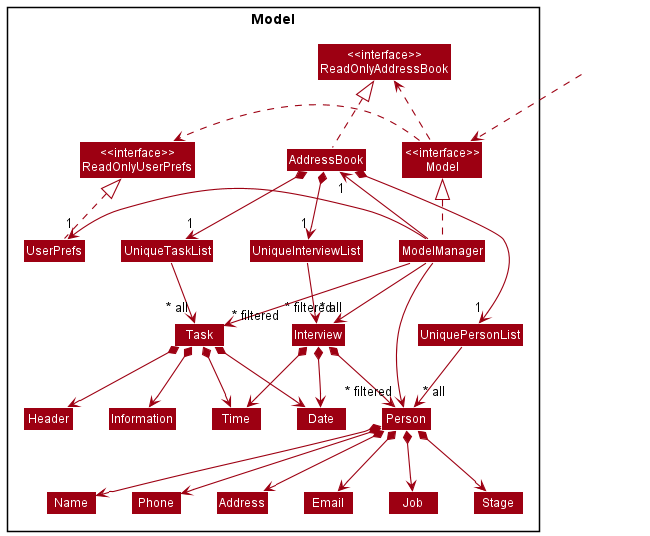
Above: docs/images/ModelClassDiagram.png in rcjj98/tp (PlantUML), before the change.
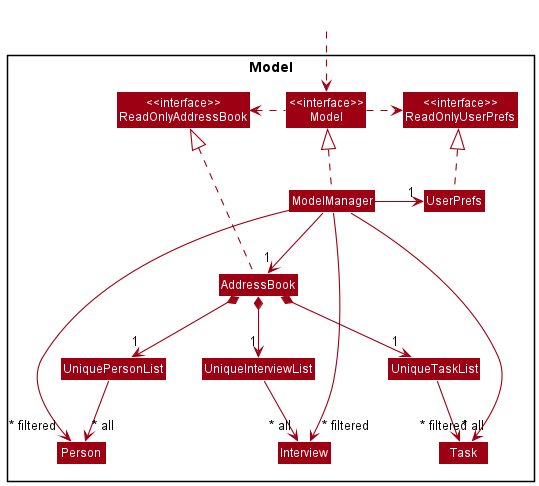
The same file after the commit.

Commit message:
Update model diagrams

The edit, as a diff of the source:
```diff
@@ -14,25 +14,12 @@
 
 Class UniquePersonList
 Class Person
-Class Address
-Class Email
-Class Name
-Class Phone
-Class Job
-Class Stage
 
 Class UniqueInterviewList
 Class Interview
-Class Person
-Class Date
-Class Time
 
 Class UniqueTaskList
 Class Task
-Class Header
-Class Date
-Class Time
-Class Information
 }
 
 Class HiddenOutside #FFFFFF
@@ -43,7 +30,7 @@
 ModelManager .up.|> Model
 Model .right.> ReadOnlyUserPrefs
 Model .left.> ReadOnlyAddressBook
-ModelManager -left-> "1" AddressBook
+ModelManager --> "1" AddressBook
 ModelManager -right-> "1" UserPrefs
 UserPrefs .up.|> ReadOnlyUserPrefs
 
@@ -53,25 +40,6 @@
 UniquePersonList --> "~* all" Person
 UniqueInterviewList --> "~* all" Interview
 UniqueTaskList --> "~* all" Task
-Person *--> Name
-Person *--> Phone
-Person *--> Email
-Person *--> Address
-Person *--> Job
-Person *--> Stage
-Interview *--> Person
-Interview *--> Date
-Interview *--> Time
-Task *--> Header
-Task *--> Date
-Task *--> Time
-Task *--> Information
-
-Name -[hidden]right-> Phone
-Phone -[hidden]right-> Address
-Address -[hidden]right-> Email
-Information -[hidden]right-> Header
-Time -[hidden]right-> Date
 
 ModelManager -->"~* filtered" Person
 ModelManager -->"~* filtered" Interview
```
